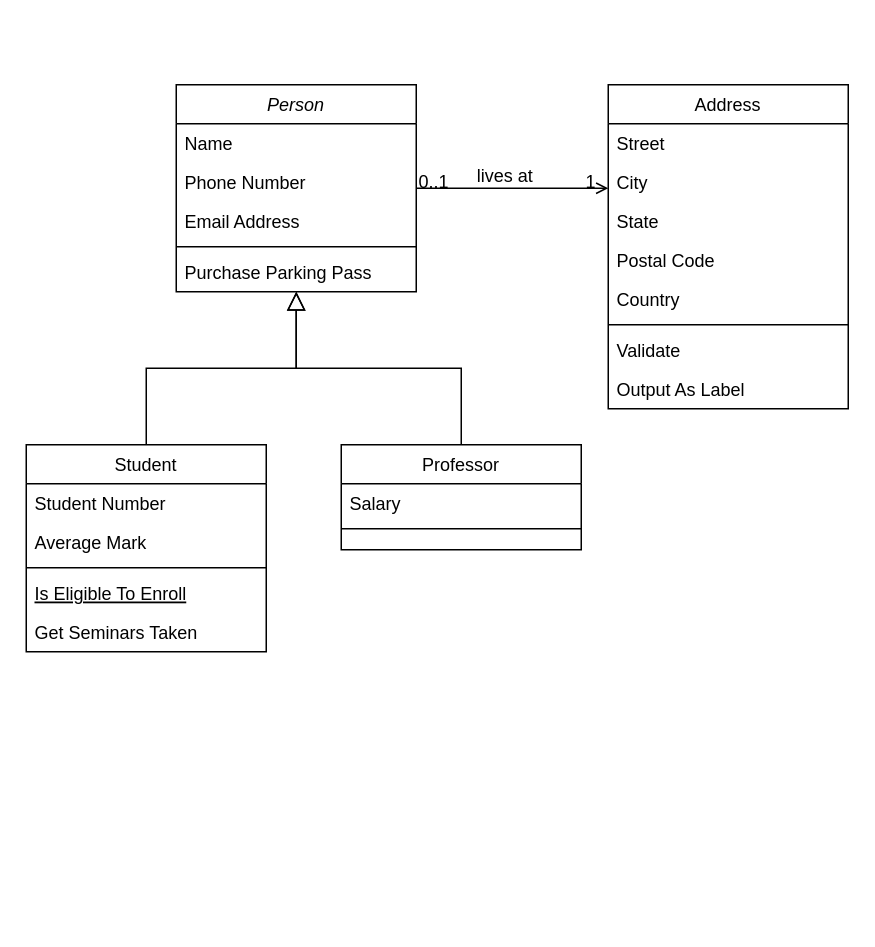
Before: clas-diagram.drawio in ghipariiiii/perpusdigital, a draw.io diagram. Source tidied: cells renumbered, new cells numbered last; positions are measured from the earlier drawing's top-left corner, leaving out a move shared by most shapes. Both pictures are drawn from the tidied source at 150%, with x=0, y=0 at pixel (26, 84).
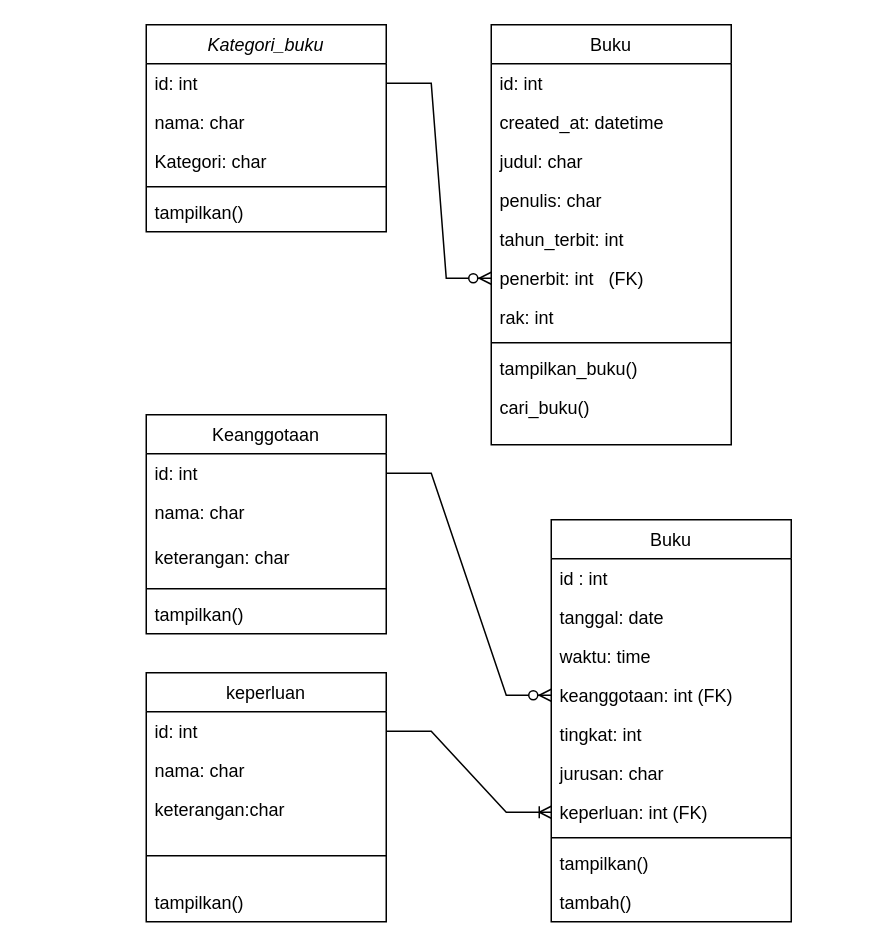
The same page after the edit.

Change to the diagram source:
```diff
@@
-    <mxCell id="2" value="Person" style="swimlane;fontStyle=2;align=center;verticalAlign=top;horizontal=1;startSize=26;rounded=0;shadow=0;strokeWidth=1;" parent="1" vertex="1">
-      <mxGeometry x="100" width="160" height="138" as="geometry" />
+    <mxCell id="2" value="Kategori_buku" style="swimlane;fontStyle=2;align=center;verticalAlign=top;horizontal=1;startSize=26;rounded=0;shadow=0;strokeWidth=1;" parent="1" vertex="1">
+      <mxGeometry x="80" y="-40" width="160" height="138" as="geometry" />
     </mxCell>
-    <mxCell id="3" value="Name" style="text;align=left;verticalAlign=top;spacingLeft=4;spacingRight=4;overflow=hidden;points=[[0,0.5],[1,0.5]];portConstraint=eastwest;" parent="2" vertex="1">
+    <mxCell id="3" value="id: int" style="text;align=left;verticalAlign=top;spacingLeft=4;spacingRight=4;overflow=hidden;points=[[0,0.5],[1,0.5]];portConstraint=eastwest;" parent="2" vertex="1">
       <mxGeometry y="26" width="160" height="26" as="geometry" />
     </mxCell>
-    <mxCell id="4" value="Phone Number" style="text;align=left;verticalAlign=top;spacingLeft=4;spacingRight=4;overflow=hidden;rounded=0;shadow=0;html=0;" parent="2" vertex="1">
+    <mxCell id="4" value="nama: char" style="text;align=left;verticalAlign=top;spacingLeft=4;spacingRight=4;overflow=hidden;rounded=0;shadow=0;html=0;" parent="2" vertex="1">
       <mxGeometry y="52" width="160" height="26" as="geometry" />
     </mxCell>
-    <mxCell id="5" value="Email Address" style="text;align=left;verticalAlign=top;spacingLeft=4;spacingRight=4;overflow=hidden;rounded=0;shadow=0;html=0;" parent="2" vertex="1">
+    <mxCell id="5" value="Kategori: char" style="text;align=left;verticalAlign=top;spacingLeft=4;spacingRight=4;overflow=hidden;rounded=0;shadow=0;html=0;" parent="2" vertex="1">
       <mxGeometry y="78" width="160" height="26" as="geometry" />
     </mxCell>
@@
-    <mxCell id="7" value="Purchase Parking Pass" style="text;align=left;verticalAlign=top;spacingLeft=4;spacingRight=4;overflow=hidden;" parent="2" vertex="1">
+    <mxCell id="7" value="tampilkan()" style="text;align=left;verticalAlign=top;spacingLeft=4;spacingRight=4;overflow=hidden;" parent="2" vertex="1">
       <mxGeometry y="112" width="160" height="26" as="geometry" />
     </mxCell>
-    <mxCell id="8" value="Student" style="swimlane;fontStyle=0;align=center;verticalAlign=top;horizontal=1;startSize=26;rounded=0;shadow=0;strokeWidth=1;" parent="1" vertex="1">
-      <mxGeometry y="240" width="160" height="138" as="geometry" />
+    <mxCell id="8" value="Keanggotaan" style="swimlane;fontStyle=0;align=center;verticalAlign=top;horizontal=1;startSize=26;rounded=0;shadow=0;strokeWidth=1;" parent="1" vertex="1">
+      <mxGeometry x="80" y="220" width="160" height="146" as="geometry" />
     </mxCell>
-    <mxCell id="9" value="Student Number" style="text;align=left;verticalAlign=top;spacingLeft=4;spacingRight=4;overflow=hidden;points=[[0,0.5],[1,0.5]];portConstraint=eastwest;" parent="8" vertex="1">
+    <mxCell id="9" value="id: int" style="text;align=left;verticalAlign=top;spacingLeft=4;spacingRight=4;overflow=hidden;points=[[0,0.5],[1,0.5]];portConstraint=eastwest;" parent="8" vertex="1">
       <mxGeometry y="26" width="160" height="26" as="geometry" />
     </mxCell>
-    <mxCell id="10" value="Average Mark" style="text;align=left;verticalAlign=top;spacingLeft=4;spacingRight=4;overflow=hidden;rounded=0;shadow=0;html=0;" parent="8" vertex="1">
-      <mxGeometry y="52" width="160" height="26" as="geometry" />
+    <mxCell id="10" value="nama: char" style="text;align=left;verticalAlign=top;spacingLeft=4;spacingRight=4;overflow=hidden;rounded=0;shadow=0;html=0;" parent="8" vertex="1">
+      <mxGeometry y="52" width="160" height="30" as="geometry" />
     </mxCell>
+    <mxCell id="32" value="keterangan: char" style="text;align=left;verticalAlign=top;spacingLeft=4;spacingRight=4;overflow=hidden;rounded=0;shadow=0;html=0;" parent="8" vertex="1">
+      <mxGeometry y="82" width="160" height="30" as="geometry" />
+    </mxCell>
     <mxCell id="11" style="line;html=1;strokeWidth=1;align=left;verticalAlign=middle;spacingTop=-1;spacingLeft=3;spacingRight=3;labelPosition=right;" parent="8" vertex="1">
-      <mxGeometry y="78" width="160" height="8" as="geometry" />
+      <mxGeometry y="112" width="160" height="8" as="geometry" />
     </mxCell>
-    <mxCell id="12" value="Is Eligible To Enroll" style="text;align=left;verticalAlign=top;spacingLeft=4;spacingRight=4;overflow=hidden;fontStyle=4;" parent="8" vertex="1">
-      <mxGeometry y="86" width="160" height="26" as="geometry" />
-    </mxCell>
-    <mxCell id="13" value="Get Seminars Taken" style="text;align=left;verticalAlign=top;spacingLeft=4;spacingRight=4;overflow=hidden;" parent="8" vertex="1">
-      <mxGeometry y="112" width="160" height="26" as="geometry" />
+    <mxCell id="13" value="tampilkan()" style="text;align=left;verticalAlign=top;spacingLeft=4;spacingRight=4;overflow=hidden;" parent="8" vertex="1">
+      <mxGeometry y="120" width="160" height="26" as="geometry" />
     </mxCell>
-    <mxCell id="14" style="endArrow=block;endSize=10;endFill=0;shadow=0;strokeWidth=1;rounded=0;edgeStyle=elbowEdgeStyle;elbow=vertical;" parent="1" edge="1" source="8" target="2">
-      <mxGeometry relative="1" as="geometry" />
-    </mxCell>
-    <mxCell id="15" value="Professor" style="swimlane;fontStyle=0;align=center;verticalAlign=top;horizontal=1;startSize=26;rounded=0;shadow=0;strokeWidth=1;" parent="1" vertex="1">
-      <mxGeometry x="210" y="240" width="160" height="70" as="geometry" />
+    <mxCell id="15" value="keperluan" style="swimlane;fontStyle=0;align=center;verticalAlign=top;horizontal=1;startSize=26;rounded=0;shadow=0;strokeWidth=1;" parent="1" vertex="1">
+      <mxGeometry x="80" y="392" width="160" height="166" as="geometry" />
     </mxCell>
-    <mxCell id="16" value="Salary" style="text;align=left;verticalAlign=top;spacingLeft=4;spacingRight=4;overflow=hidden;points=[[0,0.5],[1,0.5]];portConstraint=eastwest;" parent="15" vertex="1">
+    <mxCell id="16" value="id: int" style="text;align=left;verticalAlign=top;spacingLeft=4;spacingRight=4;overflow=hidden;points=[[0,0.5],[1,0.5]];portConstraint=eastwest;" parent="15" vertex="1">
       <mxGeometry y="26" width="160" height="26" as="geometry" />
     </mxCell>
+    <mxCell id="33" value="nama: char" style="text;align=left;verticalAlign=top;spacingLeft=4;spacingRight=4;overflow=hidden;" parent="15" vertex="1">
+      <mxGeometry y="52" width="160" height="26" as="geometry" />
+    </mxCell>
+    <mxCell id="34" value="keterangan:char" style="text;align=left;verticalAlign=top;spacingLeft=4;spacingRight=4;overflow=hidden;" parent="15" vertex="1">
+      <mxGeometry y="78" width="160" height="26" as="geometry" />
+    </mxCell>
     <mxCell id="17" style="line;html=1;strokeWidth=1;align=left;verticalAlign=middle;spacingTop=-1;spacingLeft=3;spacingRight=3;labelPosition=right;" parent="15" vertex="1">
-      <mxGeometry y="52" width="160" height="8" as="geometry" />
+      <mxGeometry y="104" width="160" height="36" as="geometry" />
     </mxCell>
-    <mxCell id="18" style="endArrow=block;endSize=10;endFill=0;shadow=0;strokeWidth=1;rounded=0;edgeStyle=elbowEdgeStyle;elbow=vertical;" parent="1" edge="1" source="15" target="2">
-      <mxGeometry relative="1" as="geometry" />
-    </mxCell>
+    <mxCell id="35" value="tampilkan()" style="text;align=left;verticalAlign=top;spacingLeft=4;spacingRight=4;overflow=hidden;" parent="15" vertex="1">
+      <mxGeometry y="140" width="160" height="26" as="geometry" />
+    </mxCell>
-    <mxCell id="19" value="Address" style="swimlane;fontStyle=0;align=center;verticalAlign=top;horizontal=1;startSize=26;rounded=0;shadow=0;strokeWidth=1;" parent="1" vertex="1">
-      <mxGeometry x="388" width="160" height="216" as="geometry" />
+    <mxCell id="19" value="Buku" style="swimlane;fontStyle=0;align=center;verticalAlign=top;horizontal=1;startSize=26;rounded=0;shadow=0;strokeWidth=1;" parent="1" vertex="1">
+      <mxGeometry x="310" y="-40" width="160" height="280" as="geometry" />
     </mxCell>
-    <mxCell id="20" value="Street" style="text;align=left;verticalAlign=top;spacingLeft=4;spacingRight=4;overflow=hidden;" parent="19" vertex="1">
+    <mxCell id="20" value="id: int" style="text;align=left;verticalAlign=top;spacingLeft=4;spacingRight=4;overflow=hidden;" parent="19" vertex="1">
       <mxGeometry y="26" width="160" height="26" as="geometry" />
     </mxCell>
-    <mxCell id="21" value="City" style="text;align=left;verticalAlign=top;spacingLeft=4;spacingRight=4;overflow=hidden;rounded=0;shadow=0;html=0;" parent="19" vertex="1">
+    <mxCell id="21" value="created_at: datetime" style="text;align=left;verticalAlign=top;spacingLeft=4;spacingRight=4;overflow=hidden;rounded=0;shadow=0;html=0;" parent="19" vertex="1">
       <mxGeometry y="52" width="160" height="26" as="geometry" />
     </mxCell>
-    <mxCell id="22" value="State" style="text;align=left;verticalAlign=top;spacingLeft=4;spacingRight=4;overflow=hidden;rounded=0;shadow=0;html=0;" parent="19" vertex="1">
+    <mxCell id="22" value="judul: char" style="text;align=left;verticalAlign=top;spacingLeft=4;spacingRight=4;overflow=hidden;rounded=0;shadow=0;html=0;" parent="19" vertex="1">
       <mxGeometry y="78" width="160" height="26" as="geometry" />
     </mxCell>
-    <mxCell id="23" value="Postal Code" style="text;align=left;verticalAlign=top;spacingLeft=4;spacingRight=4;overflow=hidden;rounded=0;shadow=0;html=0;" parent="19" vertex="1">
+    <mxCell id="23" value="penulis: char" style="text;align=left;verticalAlign=top;spacingLeft=4;spacingRight=4;overflow=hidden;rounded=0;shadow=0;html=0;" parent="19" vertex="1">
       <mxGeometry y="104" width="160" height="26" as="geometry" />
     </mxCell>
-    <mxCell id="24" value="Country" style="text;align=left;verticalAlign=top;spacingLeft=4;spacingRight=4;overflow=hidden;rounded=0;shadow=0;html=0;" parent="19" vertex="1">
+    <mxCell id="24" value="tahun_terbit: int" style="text;align=left;verticalAlign=top;spacingLeft=4;spacingRight=4;overflow=hidden;rounded=0;shadow=0;html=0;" parent="19" vertex="1">
       <mxGeometry y="130" width="160" height="26" as="geometry" />
     </mxCell>
-    <mxCell id="25" style="line;html=1;strokeWidth=1;align=left;verticalAlign=middle;spacingTop=-1;spacingLeft=3;spacingRight=3;labelPosition=right;" parent="19" vertex="1">
-      <mxGeometry y="156" width="160" height="8" as="geometry" />
-    </mxCell>
-    <mxCell id="26" value="Validate" style="text;align=left;verticalAlign=top;spacingLeft=4;spacingRight=4;overflow=hidden;points=[[0,0.5],[1,0.5]];portConstraint=eastwest;" parent="19" vertex="1">
-      <mxGeometry y="164" width="160" height="26" as="geometry" />
+    <mxCell id="26" value="penerbit: int   (FK)" style="text;align=left;verticalAlign=top;spacingLeft=4;spacingRight=4;overflow=hidden;points=[[0,0.5],[1,0.5]];portConstraint=eastwest;" parent="19" vertex="1">
+      <mxGeometry y="156" width="160" height="26" as="geometry" />
     </mxCell>
-    <mxCell id="27" value="Output As Label" style="text;align=left;verticalAlign=top;spacingLeft=4;spacingRight=4;overflow=hidden;" parent="19" vertex="1">
-      <mxGeometry y="190" width="160" height="26" as="geometry" />
+    <mxCell id="27" value="rak: int" style="text;align=left;verticalAlign=top;spacingLeft=4;spacingRight=4;overflow=hidden;" parent="19" vertex="1">
+      <mxGeometry y="182" width="160" height="26" as="geometry" />
     </mxCell>
-    <mxCell id="28" style="endArrow=open;shadow=0;strokeWidth=1;rounded=0;endFill=1;edgeStyle=elbowEdgeStyle;elbow=vertical;" parent="1" edge="1" source="2" target="19">
-      <mxGeometry x="0.5" y="41" relative="1" as="geometry">
-        <mxPoint x="-40" y="32" as="offset" />
-      </mxGeometry>
-    </mxCell>
-    <mxCell id="29" value="0..1" style="align=left;verticalAlign=bottom;labelBackgroundColor=none;fontSize=12;" parent="28" vertex="1">
-      <mxGeometry x="-1" relative="1" as="geometry">
-        <mxPoint y="4" as="offset" />
-      </mxGeometry>
-    </mxCell>
-    <mxCell id="30" value="1" style="align=right;verticalAlign=bottom;labelBackgroundColor=none;fontSize=12;" parent="28" vertex="1">
-      <mxGeometry x="1" relative="1" as="geometry">
-        <mxPoint x="-7" y="4" as="offset" />
-      </mxGeometry>
-    </mxCell>
-    <mxCell id="31" value="lives at" style="text;html=1;align=center;verticalAlign=middle;labelBackgroundColor=none;rounded=0;shadow=0;strokeWidth=1;fontSize=12;" parent="28" vertex="1">
-      <mxGeometry x="0.5" y="49" relative="1" as="geometry">
-        <mxPoint x="-38" y="40" as="offset" />
-      </mxGeometry>
-    </mxCell>
+    <mxCell id="25" style="line;html=1;strokeWidth=1;align=left;verticalAlign=middle;spacingTop=-1;spacingLeft=3;spacingRight=3;labelPosition=right;" parent="19" vertex="1">
+      <mxGeometry y="208" width="160" height="8" as="geometry" />
+    </mxCell>
+    <mxCell id="36" value="tampilkan_buku()" style="text;align=left;verticalAlign=top;spacingLeft=4;spacingRight=4;overflow=hidden;" parent="19" vertex="1">
+      <mxGeometry y="216" width="160" height="26" as="geometry" />
+    </mxCell>
+    <mxCell id="37" value="cari_buku()" style="text;align=left;verticalAlign=top;spacingLeft=4;spacingRight=4;overflow=hidden;" parent="19" vertex="1">
+      <mxGeometry y="242" width="160" height="2" as="geometry" />
+    </mxCell>
+    <mxCell id="38" value="Buku" style="swimlane;fontStyle=0;align=center;verticalAlign=top;horizontal=1;startSize=26;rounded=0;shadow=0;strokeWidth=1;" parent="1" vertex="1">
+      <mxGeometry x="350" y="290" width="160" height="268" as="geometry" />
+    </mxCell>
+    <mxCell id="39" value="id : int" style="text;align=left;verticalAlign=top;spacingLeft=4;spacingRight=4;overflow=hidden;" parent="38" vertex="1">
+      <mxGeometry y="26" width="160" height="26" as="geometry" />
+    </mxCell>
+    <mxCell id="40" value="tanggal: date" style="text;align=left;verticalAlign=top;spacingLeft=4;spacingRight=4;overflow=hidden;rounded=0;shadow=0;html=0;" parent="38" vertex="1">
+      <mxGeometry y="52" width="160" height="26" as="geometry" />
+    </mxCell>
+    <mxCell id="41" value="waktu: time" style="text;align=left;verticalAlign=top;spacingLeft=4;spacingRight=4;overflow=hidden;rounded=0;shadow=0;html=0;" parent="38" vertex="1">
+      <mxGeometry y="78" width="160" height="26" as="geometry" />
+    </mxCell>
+    <mxCell id="42" value="keanggotaan: int (FK)" style="text;align=left;verticalAlign=top;spacingLeft=4;spacingRight=4;overflow=hidden;points=[[0,0.5],[1,0.5]];portConstraint=eastwest;rounded=0;shadow=0;html=0;" parent="38" vertex="1">
+      <mxGeometry y="104" width="160" height="26" as="geometry" />
+    </mxCell>
+    <mxCell id="43" value="tingkat: int" style="text;align=left;verticalAlign=top;spacingLeft=4;spacingRight=4;overflow=hidden;rounded=0;shadow=0;html=0;" parent="38" vertex="1">
+      <mxGeometry y="130" width="160" height="26" as="geometry" />
+    </mxCell>
+    <mxCell id="44" value="jurusan: char" style="text;align=left;verticalAlign=top;spacingLeft=4;spacingRight=4;overflow=hidden;" parent="38" vertex="1">
+      <mxGeometry y="156" width="160" height="26" as="geometry" />
+    </mxCell>
+    <mxCell id="45" value="keperluan: int (FK)" style="text;align=left;verticalAlign=top;spacingLeft=4;spacingRight=4;overflow=hidden;points=[[0,0.5],[1,0.5]];portConstraint=eastwest;" parent="38" vertex="1">
+      <mxGeometry y="182" width="160" height="26" as="geometry" />
+    </mxCell>
+    <mxCell id="46" style="line;html=1;strokeWidth=1;align=left;verticalAlign=middle;spacingTop=-1;spacingLeft=3;spacingRight=3;labelPosition=right;" parent="38" vertex="1">
+      <mxGeometry y="208" width="160" height="8" as="geometry" />
+    </mxCell>
+    <mxCell id="47" value="tampilkan()" style="text;align=left;verticalAlign=top;spacingLeft=4;spacingRight=4;overflow=hidden;" parent="38" vertex="1">
+      <mxGeometry y="216" width="160" height="26" as="geometry" />
+    </mxCell>
+    <mxCell id="48" value="tambah()" style="text;align=left;verticalAlign=top;spacingLeft=4;spacingRight=4;overflow=hidden;" parent="38" vertex="1">
+      <mxGeometry y="242" width="160" height="26" as="geometry" />
+    </mxCell>
+    <mxCell id="49" style="edgeStyle=entityRelationEdgeStyle;fontSize=12;html=1;endArrow=ERzeroToMany;endFill=1;rounded=0;entryX=0;entryY=0.5;entryDx=0;entryDy=0;" parent="1" edge="1" source="3" target="26">
+      <mxGeometry relative="1" as="geometry" />
+    </mxCell>
+    <mxCell id="50" style="edgeStyle=entityRelationEdgeStyle;fontSize=12;html=1;endArrow=ERzeroToMany;endFill=1;rounded=0;entryX=0;entryY=0.5;entryDx=0;entryDy=0;exitX=1;exitY=0.5;exitDx=0;exitDy=0;" parent="1" edge="1" source="9" target="42">
+      <mxGeometry relative="1" as="geometry" />
+    </mxCell>
+    <mxCell id="51" style="edgeStyle=entityRelationEdgeStyle;fontSize=12;html=1;endArrow=ERoneToMany;rounded=0;entryX=0;entryY=0.5;entryDx=0;entryDy=0;exitX=1;exitY=0.5;exitDx=0;exitDy=0;" parent="1" edge="1" source="16" target="45">
+      <mxGeometry relative="1" as="geometry" />
+    </mxCell>
```
